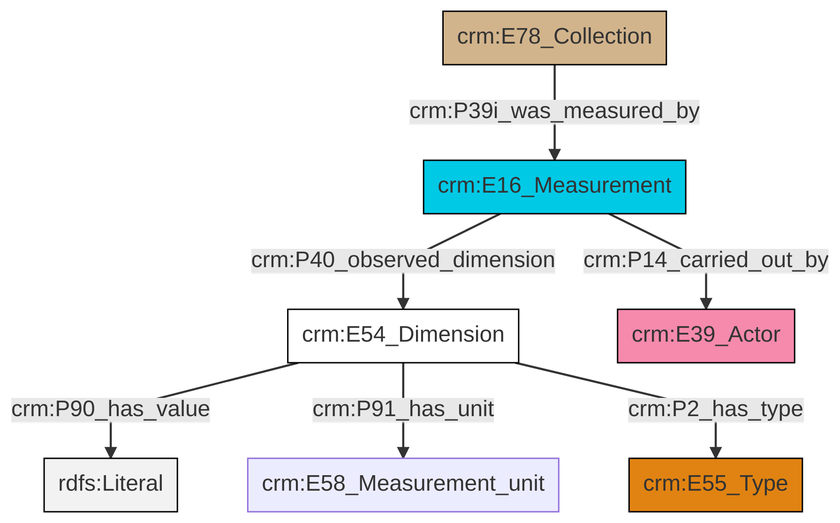
The Mermaid diagram et/archivalCSV/ttl/mmd/png/archival_substance.png in swiss-art-research-net/docs.swissartresearch, before a commit. Its source is kept beside it as et/archivalCSV/ttl/mmd/archival_substance.ttl.mmd.
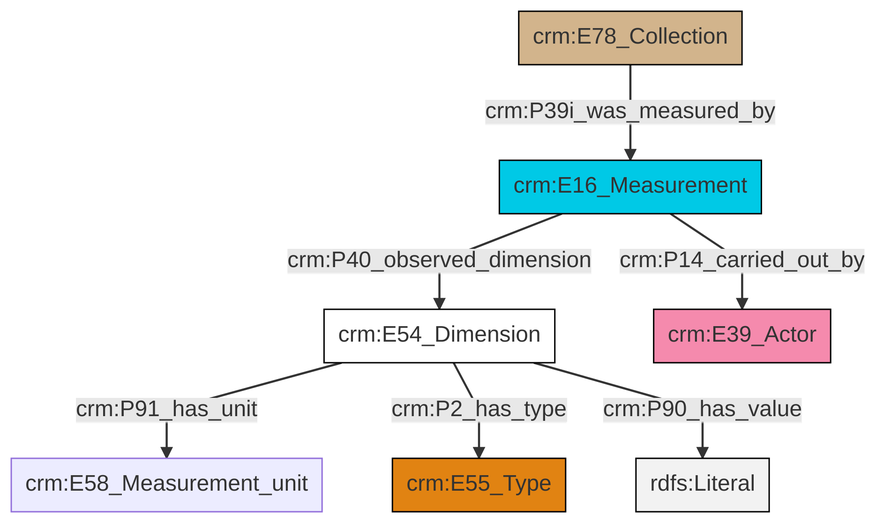
Above is the later version.

The edit, as a diff of the source:
```diff
@@ -13,9 +13,9 @@
 classDef PC_Classes fill:#4ce600, stroke:#000000;
 classDef Multi fill:#cccccc,stroke:#000000;
 
-0["crm:E16_Measurement"]:::Temporal_Entity -->|crm:P40_observed_dimension| 1["crm:E54_Dimension"]:::CRM_Entity
-1["crm:E54_Dimension"]:::CRM_Entity -->|crm:P90_has_value| 2[rdfs:Literal]:::Literal
-1["crm:E54_Dimension"]:::CRM_Entity -->|crm:P91_has_unit| 5["crm:E58_Measurement_unit"]:::Default
-0["crm:E16_Measurement"]:::Temporal_Entity -->|crm:P14_carried_out_by| 6["crm:E39_Actor"]:::Actor
-1["crm:E54_Dimension"]:::CRM_Entity -->|crm:P2_has_type| 3["crm:E55_Type"]:::Type
-11["crm:E78_Collection"]:::Physical_Thing -->|crm:P39i_was_measured_by| 0["crm:E16_Measurement"]:::Temporal_Entity
+2["crm:E54_Dimension"]:::CRM_Entity -->|crm:P91_has_unit| 6["crm:E58_Measurement_unit"]:::Default
+2["crm:E54_Dimension"]:::CRM_Entity -->|crm:P2_has_type| 0["crm:E55_Type"]:::Type
+7["crm:E78_Collection"]:::Physical_Thing -->|crm:P39i_was_measured_by| 4["crm:E16_Measurement"]:::Temporal_Entity
+2["crm:E54_Dimension"]:::CRM_Entity -->|crm:P90_has_value| 10[rdfs:Literal]:::Literal
+4["crm:E16_Measurement"]:::Temporal_Entity -->|crm:P14_carried_out_by| 11["crm:E39_Actor"]:::Actor
+4["crm:E16_Measurement"]:::Temporal_Entity -->|crm:P40_observed_dimension| 2["crm:E54_Dimension"]:::CRM_Entity
```
